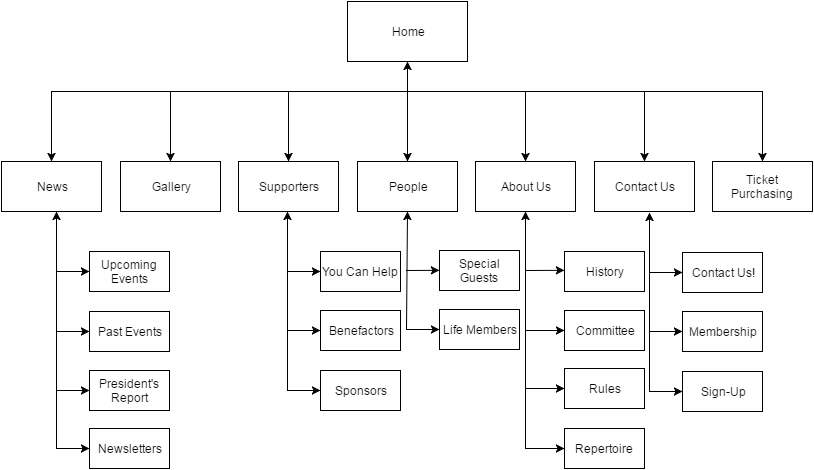
This is Flowchart.png from garethmullins/Orchestra-Assignment, a draw.io export, as it was before one commit. Source tidied: cells renumbered, new cells last; positions are measured from the earlier drawing's top-left corner, leaving out a move shared by most shapes.
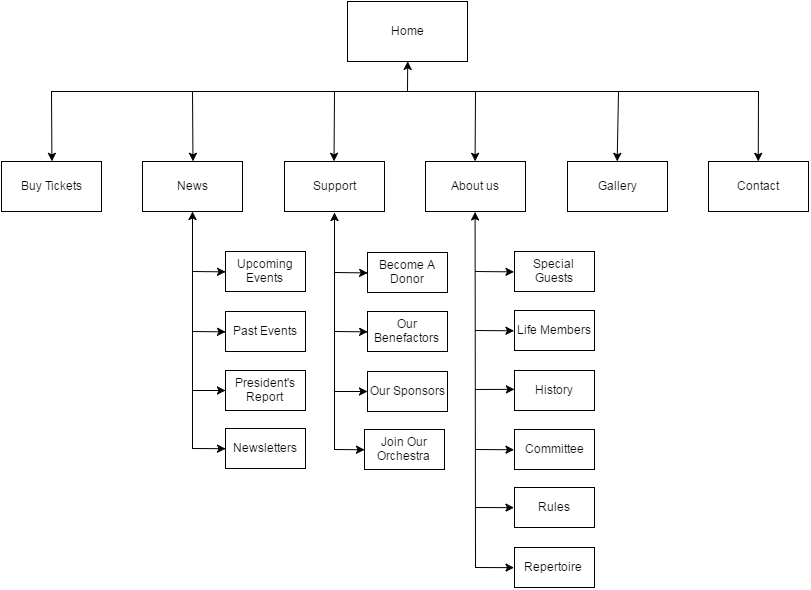
After the commit.

What changed in the source:
```diff
@@ -10,229 +10,189 @@
         <mxPoint x="406" y="90" as="sourcePoint" />
       </mxGeometry>
     </mxCell>
-    <mxCell id="4" style="endArrow=classic;startArrow=classic;html=1;rounded=0;exitX=0.5;exitY=0;entryX=0.5;entryY=0;" parent="1" edge="1" source="5" target="48">
+    <mxCell id="4" style="endArrow=classic;startArrow=classic;html=1;rounded=0;exitX=0.5;exitY=0;entryX=0.5;entryY=0;" parent="1" edge="1" source="5" target="37">
       <mxGeometry relative="1" as="geometry">
         <Array as="points">
           <mxPoint x="50" y="90" />
-          <mxPoint x="761" y="90" />
+          <mxPoint x="757" y="90" />
         </Array>
       </mxGeometry>
     </mxCell>
-    <mxCell id="5" value="News" style="whiteSpace=wrap;html=1;" parent="1" vertex="1">
+    <mxCell id="5" value="Buy Tickets" style="whiteSpace=wrap;html=1;" parent="1" vertex="1">
       <mxGeometry y="160" width="100" height="50" as="geometry" />
     </mxCell>
-    <mxCell id="6" value="About Us" style="whiteSpace=wrap;html=1;" parent="1" vertex="1">
-      <mxGeometry x="474" y="160" width="100" height="50" as="geometry" />
+    <mxCell id="6" value="Gallery" style="whiteSpace=wrap;html=1;" parent="1" vertex="1">
+      <mxGeometry x="566" y="160" width="100" height="50" as="geometry" />
     </mxCell>
     <mxCell id="7" style="endArrow=classic;html=1;entryX=0.5;entryY=0;" parent="1" edge="1" target="8">
       <mxGeometry x="418" y="250" as="geometry">
-        <mxPoint x="169" y="90" as="sourcePoint" />
+        <mxPoint x="191" y="90" as="sourcePoint" />
       </mxGeometry>
     </mxCell>
-    <mxCell id="8" value="Gallery" style="whiteSpace=wrap;html=1;" parent="1" vertex="1">
-      <mxGeometry x="119" y="160" width="100" height="50" as="geometry" />
+    <mxCell id="8" value="News" style="whiteSpace=wrap;html=1;" parent="1" vertex="1">
+      <mxGeometry x="141" y="160" width="100" height="50" as="geometry" />
     </mxCell>
     <mxCell id="9" style="endArrow=classic;html=1;entryX=0.5;entryY=0;" parent="1" edge="1" target="10">
       <mxGeometry x="544" y="250" as="geometry">
-        <mxPoint x="287" y="90" as="sourcePoint" />
+        <mxPoint x="333" y="90" as="sourcePoint" />
       </mxGeometry>
     </mxCell>
-    <mxCell id="10" value="Supporters" style="whiteSpace=wrap;html=1;" parent="1" vertex="1">
-      <mxGeometry x="237" y="160" width="100" height="50" as="geometry" />
+    <mxCell id="10" value="Support" style="whiteSpace=wrap;html=1;" parent="1" vertex="1">
+      <mxGeometry x="283" y="160" width="100" height="50" as="geometry" />
     </mxCell>
     <mxCell id="11" style="endArrow=classic;html=1;entryX=0.5;entryY=0;" parent="1" edge="1" target="12">
       <mxGeometry x="530" y="259" as="geometry">
-        <mxPoint x="406" y="90" as="sourcePoint" />
+        <mxPoint x="474" y="90" as="sourcePoint" />
       </mxGeometry>
     </mxCell>
-    <mxCell id="12" value="People" style="whiteSpace=wrap;html=1;" parent="1" vertex="1">
-      <mxGeometry x="356" y="160" width="100" height="50" as="geometry" />
+    <mxCell id="12" value="About us" style="whiteSpace=wrap;html=1;" parent="1" vertex="1">
+      <mxGeometry x="424" y="160" width="100" height="50" as="geometry" />
     </mxCell>
-    <mxCell id="13" style="edgeStyle=orthogonalEdgeStyle;rounded=0;html=1;exitX=0.75;exitY=0;entryX=0.75;entryY=0;jettySize=auto;orthogonalLoop=1;" parent="1" edge="1" source="8" target="8">
-      <mxGeometry relative="1" as="geometry" />
-    </mxCell>
     <mxCell id="14" style="endArrow=classic;html=1;entryX=0.5;entryY=1;" parent="1" edge="1" target="12">
       <mxGeometry relative="1" as="geometry">
-        <mxPoint x="405" y="328" as="sourcePoint" />
+        <mxPoint x="474" y="566" as="sourcePoint" />
       </mxGeometry>
     </mxCell>
     <mxCell id="15" style="endArrow=classic;html=1;entryX=0;entryY=0.5;" parent="1" edge="1" target="17">
       <mxGeometry relative="1" as="geometry">
-        <mxPoint x="405" y="328" as="sourcePoint" />
+        <mxPoint x="474" y="329" as="sourcePoint" />
       </mxGeometry>
     </mxCell>
     <mxCell id="16" value="Special Guests" style="whiteSpace=wrap;html=1;" parent="1" vertex="1">
-      <mxGeometry x="438" y="249" width="80" height="40" as="geometry" />
+      <mxGeometry x="513" y="250" width="80" height="40" as="geometry" />
     </mxCell>
     <mxCell id="17" value="&lt;span&gt;Life Members&lt;/span&gt;" style="whiteSpace=wrap;html=1;" parent="1" vertex="1">
-      <mxGeometry x="438" y="308" width="80" height="40" as="geometry" />
+      <mxGeometry x="513" y="309" width="80" height="40" as="geometry" />
     </mxCell>
     <mxCell id="18" style="endArrow=classic;html=1;entryX=0.5;entryY=1;" parent="1" edge="1">
-      <mxGeometry x="289" y="410" as="geometry">
-        <mxPoint x="286" y="389" as="sourcePoint" />
-        <mxPoint x="286" y="210" as="targetPoint" />
+      <mxGeometry x="336" y="411" as="geometry">
+        <mxPoint x="333" y="448" as="sourcePoint" />
+        <mxPoint x="333" y="211" as="targetPoint" />
       </mxGeometry>
     </mxCell>
-    <mxCell id="19" value="Benefactors" style="whiteSpace=wrap;html=1;" parent="1" vertex="1">
-      <mxGeometry x="319" y="309" width="80" height="40" as="geometry" />
+    <mxCell id="19" value="Our Benefactors" style="whiteSpace=wrap;html=1;" parent="1" vertex="1">
+      <mxGeometry x="366" y="310" width="80" height="40" as="geometry" />
     </mxCell>
-    <mxCell id="20" style="endArrow=classic;html=1;entryX=0.5;entryY=1;" parent="1" edge="1" target="6">
-      <mxGeometry x="568" y="409" as="geometry">
-        <mxPoint x="524" y="447" as="sourcePoint" />
-      </mxGeometry>
-    </mxCell>
     <mxCell id="21" style="edgeStyle=orthogonalEdgeStyle;rounded=0;html=1;exitX=0.75;exitY=1;entryX=0.75;entryY=1;jettySize=auto;orthogonalLoop=1;" parent="1" edge="1" source="17" target="17">
       <mxGeometry relative="1" as="geometry" />
     </mxCell>
     <mxCell id="22" value="History" style="whiteSpace=wrap;html=1;rotation=0;" parent="1" vertex="1">
-      <mxGeometry x="563" y="250" width="80" height="40" as="geometry" />
+      <mxGeometry x="513" y="369" width="80" height="40" as="geometry" />
     </mxCell>
     <mxCell id="23" value="Committee" style="whiteSpace=wrap;html=1;rotation=0;" parent="1" vertex="1">
-      <mxGeometry x="563" y="309" width="80" height="40" as="geometry" />
+      <mxGeometry x="513" y="428" width="80" height="40" as="geometry" />
     </mxCell>
-    <mxCell id="24" value="You Can Help" style="whiteSpace=wrap;html=1;" parent="1" vertex="1">
-      <mxGeometry x="319" y="250" width="80" height="40" as="geometry" />
+    <mxCell id="24" value="Become A Donor" style="whiteSpace=wrap;html=1;" parent="1" vertex="1">
+      <mxGeometry x="366" y="251" width="80" height="40" as="geometry" />
     </mxCell>
     <mxCell id="25" style="endArrow=classic;html=1;entryX=0;entryY=0.5;" parent="1" edge="1" target="24">
-      <mxGeometry x="299" y="480" as="geometry">
-        <mxPoint x="286" y="270" as="sourcePoint" />
+      <mxGeometry x="346" y="481" as="geometry">
+        <mxPoint x="333" y="271" as="sourcePoint" />
       </mxGeometry>
     </mxCell>
-    <mxCell id="26" value="Sponsors" style="whiteSpace=wrap;html=1;" parent="1" vertex="1">
-      <mxGeometry x="319" y="369" width="80" height="40" as="geometry" />
+    <mxCell id="26" value="Our Sponsors" style="whiteSpace=wrap;html=1;" parent="1" vertex="1">
+      <mxGeometry x="366" y="370" width="80" height="40" as="geometry" />
     </mxCell>
     <mxCell id="27" style="endArrow=classic;html=1;" parent="1" edge="1">
-      <mxGeometry x="309" y="490" as="geometry">
-        <mxPoint x="286" y="389" as="sourcePoint" />
-        <mxPoint x="319" y="389" as="targetPoint" />
+      <mxGeometry x="356" y="491" as="geometry">
+        <mxPoint x="333" y="390" as="sourcePoint" />
+        <mxPoint x="366" y="390" as="targetPoint" />
       </mxGeometry>
     </mxCell>
     <mxCell id="28" style="endArrow=classic;html=1;entryX=0.5;entryY=0;" parent="1" edge="1" target="6">
       <mxGeometry x="558" y="270" as="geometry">
-        <mxPoint x="524" y="90" as="sourcePoint" />
+        <mxPoint x="617" y="90" as="sourcePoint" />
       </mxGeometry>
     </mxCell>
     <mxCell id="29" style="endArrow=classic;html=1;entryX=0.5;entryY=1;" parent="1" edge="1">
-      <mxGeometry x="58" y="410" as="geometry">
-        <mxPoint x="55" y="447" as="sourcePoint" />
-        <mxPoint x="55" y="210" as="targetPoint" />
+      <mxGeometry x="194" y="410" as="geometry">
+        <mxPoint x="191" y="447" as="sourcePoint" />
+        <mxPoint x="191" y="210" as="targetPoint" />
       </mxGeometry>
     </mxCell>
     <mxCell id="30" style="endArrow=classic;html=1;entryX=0;entryY=0.5;" parent="1" edge="1" target="31">
-      <mxGeometry x="58" y="530" as="geometry">
-        <mxPoint x="55" y="270" as="sourcePoint" />
+      <mxGeometry x="194" y="530" as="geometry">
+        <mxPoint x="191" y="270" as="sourcePoint" />
       </mxGeometry>
     </mxCell>
     <mxCell id="31" value="Upcoming Events" style="whiteSpace=wrap;html=1;rotation=0;" parent="1" vertex="1">
-      <mxGeometry x="88" y="250" width="80" height="40" as="geometry" />
+      <mxGeometry x="224" y="250" width="80" height="40" as="geometry" />
     </mxCell>
     <mxCell id="32" style="endArrow=classic;html=1;entryX=0;entryY=0.5;" parent="1" edge="1" target="33">
-      <mxGeometry x="58" y="600" as="geometry">
-        <mxPoint x="55" y="330" as="sourcePoint" />
+      <mxGeometry x="194" y="600" as="geometry">
+        <mxPoint x="191" y="330" as="sourcePoint" />
       </mxGeometry>
     </mxCell>
     <mxCell id="33" value="Past Events" style="whiteSpace=wrap;html=1;rotation=0;" parent="1" vertex="1">
-      <mxGeometry x="88" y="310" width="80" height="40" as="geometry" />
+      <mxGeometry x="224" y="310" width="80" height="40" as="geometry" />
     </mxCell>
     <mxCell id="34" value="Rules" style="whiteSpace=wrap;html=1;rotation=0;" parent="1" vertex="1">
-      <mxGeometry x="563" y="367" width="80" height="40" as="geometry" />
+      <mxGeometry x="513" y="486" width="80" height="40" as="geometry" />
     </mxCell>
     <mxCell id="35" style="endArrow=classic;html=1;entryX=0;entryY=0.5;" parent="1" edge="1" target="36">
-      <mxGeometry x="554" y="717" as="geometry">
-        <mxPoint x="524" y="447" as="sourcePoint" />
+      <mxGeometry x="504" y="836" as="geometry">
+        <mxPoint x="474" y="566" as="sourcePoint" />
       </mxGeometry>
     </mxCell>
     <mxCell id="36" value="Repertoire&amp;nbsp;" style="whiteSpace=wrap;html=1;rotation=0;" parent="1" vertex="1">
-      <mxGeometry x="563" y="427" width="80" height="40" as="geometry" />
+      <mxGeometry x="513" y="546" width="80" height="40" as="geometry" />
     </mxCell>
-    <mxCell id="37" value="&lt;div&gt;Contact Us&lt;/div&gt;" style="whiteSpace=wrap;html=1;" parent="1" vertex="1">
-      <mxGeometry x="593" y="160" width="100" height="50" as="geometry" />
+    <mxCell id="37" value="&lt;div&gt;Contact&lt;/div&gt;" style="whiteSpace=wrap;html=1;" parent="1" vertex="1">
+      <mxGeometry x="707" y="160" width="100" height="50" as="geometry" />
     </mxCell>
     <mxCell id="38" style="endArrow=classic;html=1;entryX=0;entryY=0.5;" parent="1" edge="1" target="19">
-      <mxGeometry x="288" y="529" as="geometry">
-        <mxPoint x="286" y="329" as="sourcePoint" />
+      <mxGeometry x="335" y="530" as="geometry">
+        <mxPoint x="333" y="330" as="sourcePoint" />
       </mxGeometry>
     </mxCell>
-    <mxCell id="39" style="endArrow=classic;html=1;entryX=0;entryY=0.5;" parent="1" edge="1">
-      <mxGeometry x="407" y="528" as="geometry">
-        <mxPoint x="405" y="269" as="sourcePoint" />
-        <mxPoint x="437.9" y="268.8" as="targetPoint" />
+    <mxCell id="39" style="endArrow=classic;html=1;entryX=0;entryY=0.5;" parent="1" edge="1" target="16">
+      <mxGeometry x="475" y="528" as="geometry">
+        <mxPoint x="474" y="270" as="sourcePoint" />
       </mxGeometry>
     </mxCell>
     <mxCell id="40" style="edgeStyle=orthogonalEdgeStyle;rounded=0;html=1;exitX=0.5;exitY=0;entryX=0.5;entryY=0;jettySize=auto;orthogonalLoop=1;" parent="1" edge="1" source="17" target="17">
       <mxGeometry relative="1" as="geometry" />
     </mxCell>
     <mxCell id="41" style="endArrow=classic;html=1;entryX=0;entryY=0.5;" parent="1" edge="1">
-      <mxGeometry x="532" y="528" as="geometry">
-        <mxPoint x="524" y="269" as="sourcePoint" />
-        <mxPoint x="562.9" y="268.8" as="targetPoint" />
+      <mxGeometry x="482" y="647" as="geometry">
+        <mxPoint x="474" y="388" as="sourcePoint" />
+        <mxPoint x="512.9" y="387.8" as="targetPoint" />
       </mxGeometry>
     </mxCell>
     <mxCell id="42" style="endArrow=classic;html=1;entryX=0;entryY=0.5;" parent="1" edge="1" target="23">
-      <mxGeometry x="542" y="538" as="geometry">
-        <mxPoint x="524" y="329" as="sourcePoint" />
+      <mxGeometry x="492" y="657" as="geometry">
+        <mxPoint x="474" y="448" as="sourcePoint" />
       </mxGeometry>
     </mxCell>
     <mxCell id="43" style="endArrow=classic;html=1;entryX=0;entryY=0.5;" parent="1" edge="1" target="34">
-      <mxGeometry x="542" y="595" as="geometry">
-        <mxPoint x="524" y="387" as="sourcePoint" />
+      <mxGeometry x="492" y="714" as="geometry">
+        <mxPoint x="474" y="506" as="sourcePoint" />
       </mxGeometry>
     </mxCell>
     <mxCell id="44" value="President's Report" style="whiteSpace=wrap;html=1;rotation=0;" parent="1" vertex="1">
-      <mxGeometry x="88" y="369" width="80" height="40" as="geometry" />
+      <mxGeometry x="224" y="369" width="80" height="40" as="geometry" />
     </mxCell>
     <mxCell id="45" value="Newsletters" style="whiteSpace=wrap;html=1;rotation=0;" parent="1" vertex="1">
-      <mxGeometry x="88" y="427" width="80" height="40" as="geometry" />
+      <mxGeometry x="224" y="427" width="80" height="40" as="geometry" />
     </mxCell>
     <mxCell id="46" style="endArrow=classic;html=1;" parent="1" edge="1">
-      <mxGeometry x="68" y="610" as="geometry">
-        <mxPoint x="55" y="389" as="sourcePoint" />
-        <mxPoint x="88" y="389" as="targetPoint" />
+      <mxGeometry x="204" y="610" as="geometry">
+        <mxPoint x="191" y="389" as="sourcePoint" />
+        <mxPoint x="224" y="389" as="targetPoint" />
       </mxGeometry>
     </mxCell>
     <mxCell id="47" style="endArrow=classic;html=1;entryX=0;entryY=0.5;" parent="1" edge="1" target="45">
-      <mxGeometry x="78" y="620" as="geometry">
-        <mxPoint x="55" y="447" as="sourcePoint" />
+      <mxGeometry x="214" y="620" as="geometry">
+        <mxPoint x="191" y="447" as="sourcePoint" />
       </mxGeometry>
     </mxCell>
-    <mxCell id="48" value="&lt;div&gt;Ticket Purchasing&lt;/div&gt;" style="whiteSpace=wrap;html=1;" parent="1" vertex="1">
-      <mxGeometry x="711" y="160" width="100" height="50" as="geometry" />
-    </mxCell>
-    <mxCell id="49" style="endArrow=classic;html=1;entryX=0.5;entryY=0;" parent="1" edge="1" target="37">
-      <mxGeometry x="679" y="269" as="geometry">
-        <mxPoint x="643" y="90" as="sourcePoint" />
-      </mxGeometry>
-    </mxCell>
-    <mxCell id="50" style="endArrow=classic;html=1;entryX=0.5;entryY=1;" parent="1" edge="1">
-      <mxGeometry x="651" y="411" as="geometry">
-        <mxPoint x="648" y="390" as="sourcePoint" />
-        <mxPoint x="648" y="211" as="targetPoint" />
-      </mxGeometry>
-    </mxCell>
-    <mxCell id="51" value="Membership" style="whiteSpace=wrap;html=1;" parent="1" vertex="1">
-      <mxGeometry x="681" y="310" width="80" height="40" as="geometry" />
-    </mxCell>
-    <mxCell id="52" value="Contact Us!" style="whiteSpace=wrap;html=1;" parent="1" vertex="1">
-      <mxGeometry x="681" y="251" width="80" height="40" as="geometry" />
-    </mxCell>
-    <mxCell id="53" style="endArrow=classic;html=1;entryX=0;entryY=0.5;" parent="1" edge="1" target="52">
-      <mxGeometry x="661" y="481" as="geometry">
-        <mxPoint x="648" y="271" as="sourcePoint" />
-      </mxGeometry>
-    </mxCell>
-    <mxCell id="54" value="Sign-Up" style="whiteSpace=wrap;html=1;" parent="1" vertex="1">
-      <mxGeometry x="681" y="370" width="80" height="40" as="geometry" />
-    </mxCell>
-    <mxCell id="55" style="endArrow=classic;html=1;" parent="1" edge="1">
-      <mxGeometry x="671" y="491" as="geometry">
-        <mxPoint x="648" y="390" as="sourcePoint" />
-        <mxPoint x="681" y="390" as="targetPoint" />
-      </mxGeometry>
-    </mxCell>
-    <mxCell id="56" style="endArrow=classic;html=1;entryX=0;entryY=0.5;" parent="1" edge="1" target="51">
-      <mxGeometry x="650" y="530" as="geometry">
-        <mxPoint x="648" y="330" as="sourcePoint" />
-      </mxGeometry>
-    </mxCell>
+    <mxCell id="57" value="Join Our Orchestra" style="whiteSpace=wrap;html=1;" parent="1" vertex="1">
+      <mxGeometry x="363" y="428" width="80" height="40" as="geometry" />
+    </mxCell>
+    <mxCell id="58" style="endArrow=classic;html=1;entryX=0;entryY=0.5;" parent="1" edge="1" target="57">
+      <mxGeometry x="366" y="501" as="geometry">
+        <mxPoint x="333" y="448" as="sourcePoint" />
+      </mxGeometry>
+    </mxCell>
   </root>
 </mxGraphModel>
```
